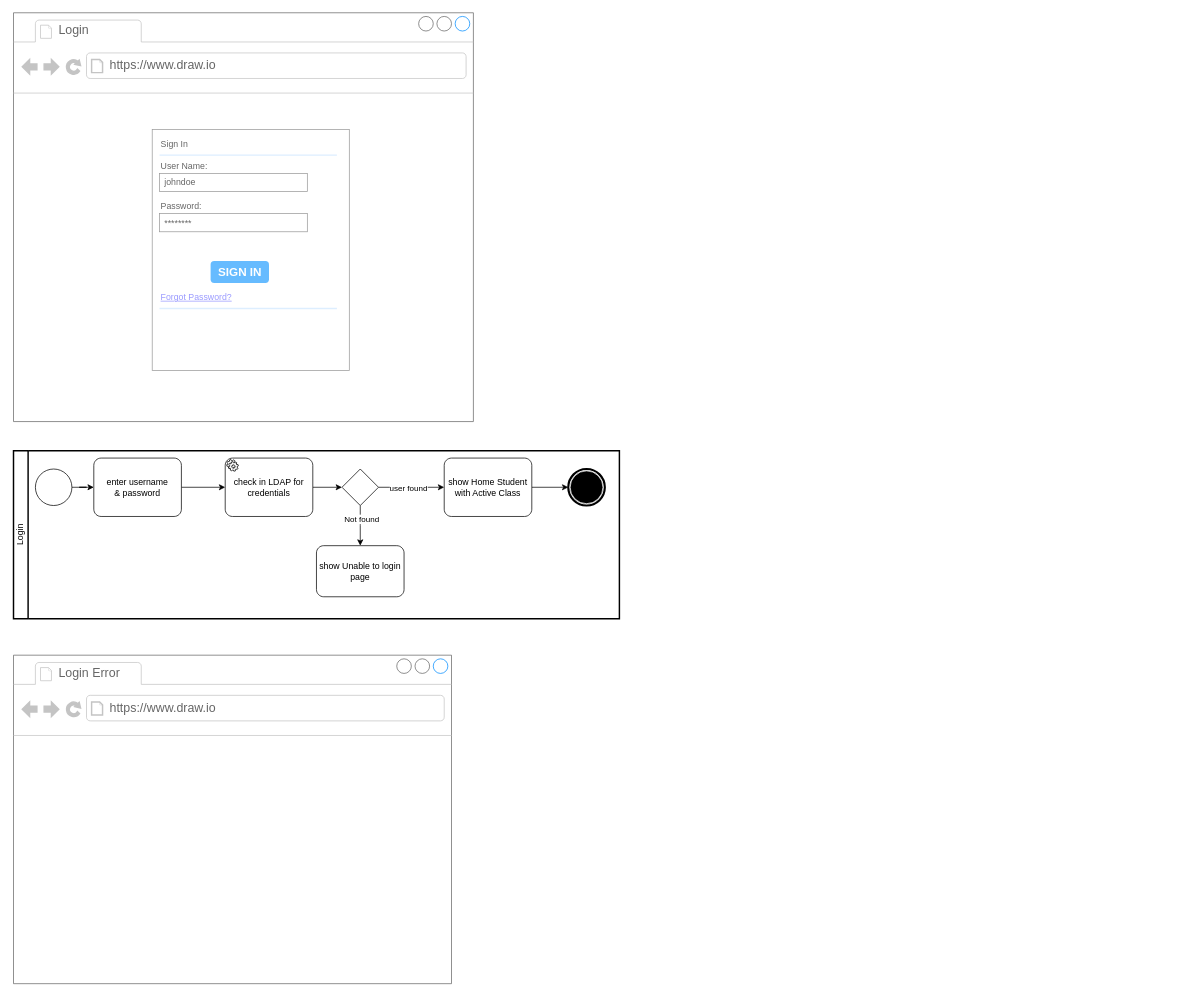
aleon1220/multi-cloud-WebApp-Attendance keeps this draw.io diagram as page "Wire frames" (5 of 10) of project-diagrams.drawio. Above is the earlier version. Source tidied: cells renumbered, new cells numbered last; positions are measured from the earlier drawing's top-left corner, leaving out a move shared by most shapes. Both pictures are drawn from the tidied source at 73%, with x=0, y=0 at pixel (13, 12).
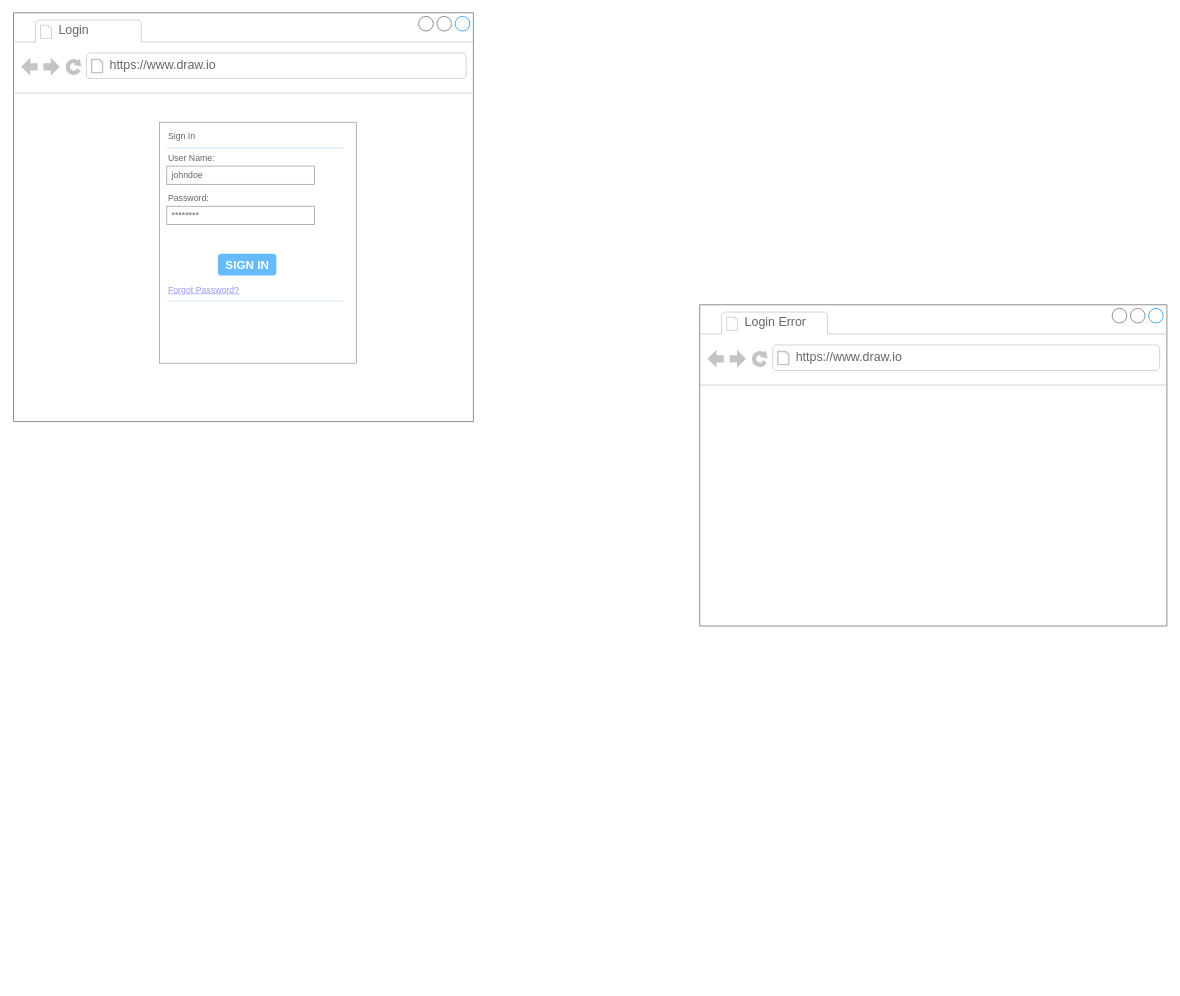
The same page after the edit.

Commit message (it also covers changes not shown here):
design update processes trainer student

Unchanged cells that the change refers to:
```xml
<mxCell id="2" style="strokeWidth=1;shadow=0;dashed=0;align=center;html=1;shape=mxgraph.mockup.containers.browserWindow;rSize=0;strokeColor=#666666;strokeColor2=#008cff;strokeColor3=#c4c4c4;mainText=,;" parent="1" vertex="1">
  <mxGeometry width="630" height="560" as="geometry" />
</mxCell>
```

The edit, as a diff of the source:
```diff
@@
     <mxCell id="5" style="strokeWidth=1;shadow=0;dashed=0;align=center;html=1;shape=mxgraph.mockup.forms.rrect;rSize=0;strokeColor=#999999;fillColor=#ffffff;" parent="2" vertex="1">
-      <mxGeometry x="190" y="160" width="270" height="330" as="geometry" />
+      <mxGeometry x="200" y="150" width="270" height="330" as="geometry" />
     </mxCell>
@@
-    <mxCell id="15" value="Login" style="swimlane;html=1;startSize=20;fontStyle=0;horizontal=0;swimlaneLine=1;swimlaneFillColor=#ffffff;strokeWidth=2;whiteSpace=wrap;" parent="1" vertex="1">
-      <mxGeometry y="600" width="830" height="230" as="geometry" />
-    </mxCell>
-    <mxCell id="16" style="edgeStyle=orthogonalEdgeStyle;rounded=0;jettySize=auto;html=1;" parent="15" edge="1" source="17" target="22">
-      <mxGeometry relative="1" as="geometry" />
-    </mxCell>
-    <mxCell id="17" style="points=[[0.145,0.145,0],[0.5,0,0],[0.855,0.145,0],[1,0.5,0],[0.855,0.855,0],[0.5,1,0],[0.145,0.855,0],[0,0.5,0]];shape=mxgraph.bpmn.event;html=1;verticalLabelPosition=bottom;labelBackgroundColor=#ffffff;verticalAlign=top;align=center;perimeter=ellipsePerimeter;outlineConnect=0;outline=standard;symbol=general;" parent="15" vertex="1">
-      <mxGeometry x="30" y="25" width="50" height="50" as="geometry" />
-    </mxCell>
-    <mxCell id="18" style="points=[[0.145,0.145,0],[0.5,0,0],[0.855,0.145,0],[1,0.5,0],[0.855,0.855,0],[0.5,1,0],[0.145,0.855,0],[0,0.5,0]];shape=mxgraph.bpmn.event;html=1;verticalLabelPosition=bottom;labelBackgroundColor=#ffffff;verticalAlign=top;align=center;perimeter=ellipsePerimeter;outlineConnect=0;outline=end;symbol=terminate;" parent="15" vertex="1">
-      <mxGeometry x="760" y="25" width="50" height="50" as="geometry" />
-    </mxCell>
-    <mxCell id="19" style="edgeStyle=orthogonalEdgeStyle;rounded=0;jettySize=auto;html=1;entryX=0;entryY=0.5;entryDx=0;entryDy=0;entryPerimeter=0;" parent="15" edge="1" source="20" target="27">
-      <mxGeometry relative="1" as="geometry" />
-    </mxCell>
-    <mxCell id="20" value="check in LDAP for credentials" style="points=[[0.25,0,0],[0.5,0,0],[0.75,0,0],[1,0.25,0],[1,0.5,0],[1,0.75,0],[0.75,1,0],[0.5,1,0],[0.25,1,0],[0,0.75,0],[0,0.5,0],[0,0.25,0]];shape=mxgraph.bpmn.task;whiteSpace=wrap;rectStyle=rounded;size=10;html=1;taskMarker=service;" parent="15" vertex="1">
-      <mxGeometry x="290" y="10" width="120" height="80" as="geometry" />
-    </mxCell>
-    <mxCell id="21" style="edgeStyle=orthogonalEdgeStyle;rounded=0;jettySize=auto;html=1;" parent="15" edge="1" source="22" target="20">
-      <mxGeometry relative="1" as="geometry" />
-    </mxCell>
-    <mxCell id="22" value="enter username&lt;br&gt;&amp;amp; password" style="points=[[0.25,0,0],[0.5,0,0],[0.75,0,0],[1,0.25,0],[1,0.5,0],[1,0.75,0],[0.75,1,0],[0.5,1,0],[0.25,1,0],[0,0.75,0],[0,0.5,0],[0,0.25,0]];shape=mxgraph.bpmn.task;whiteSpace=wrap;rectStyle=rounded;size=10;html=1;taskMarker=abstract;" parent="15" vertex="1">
-      <mxGeometry x="110" y="10" width="120" height="80" as="geometry" />
-    </mxCell>
-    <mxCell id="23" style="edgeStyle=orthogonalEdgeStyle;rounded=0;jettySize=auto;html=1;exitX=1;exitY=0.5;exitDx=0;exitDy=0;exitPerimeter=0;entryX=0;entryY=0.5;entryDx=0;entryDy=0;entryPerimeter=0;" parent="15" edge="1" source="27" target="29">
-      <mxGeometry relative="1" as="geometry" />
-    </mxCell>
-    <mxCell id="24" value="user found" style="edgeLabel;html=1;align=center;verticalAlign=middle;" parent="23" vertex="1">
-      <mxGeometry x="0.04" relative="1" as="geometry">
-        <mxPoint x="-7" as="offset" />
-      </mxGeometry>
-    </mxCell>
-    <mxCell id="25" style="edgeStyle=orthogonalEdgeStyle;rounded=0;jettySize=auto;html=1;" parent="15" edge="1" source="27">
-      <mxGeometry relative="1" as="geometry">
-        <mxPoint x="475" y="130" as="targetPoint" />
-      </mxGeometry>
-    </mxCell>
-    <mxCell id="26" value="Not found" style="edgeLabel;html=1;align=center;verticalAlign=middle;" parent="25" vertex="1">
-      <mxGeometry x="-0.35" y="1" relative="1" as="geometry" />
-    </mxCell>
-    <mxCell id="27" style="points=[[0.25,0.25,0],[0.5,0,0],[0.75,0.25,0],[1,0.5,0],[0.75,0.75,0],[0.5,1,0],[0.25,0.75,0],[0,0.5,0]];shape=mxgraph.bpmn.gateway2;html=1;verticalLabelPosition=bottom;labelBackgroundColor=#ffffff;verticalAlign=top;align=center;perimeter=rhombusPerimeter;outlineConnect=0;outline=none;symbol=none;" parent="15" vertex="1">
-      <mxGeometry x="450" y="25" width="50" height="50" as="geometry" />
-    </mxCell>
-    <mxCell id="28" style="edgeStyle=orthogonalEdgeStyle;rounded=0;jettySize=auto;html=1;entryX=0;entryY=0.5;entryDx=0;entryDy=0;entryPerimeter=0;" parent="15" edge="1" source="29" target="18">
-      <mxGeometry relative="1" as="geometry" />
-    </mxCell>
-    <mxCell id="29" value="show Home Student&lt;br&gt;with Active Class" style="points=[[0.25,0,0],[0.5,0,0],[0.75,0,0],[1,0.25,0],[1,0.5,0],[1,0.75,0],[0.75,1,0],[0.5,1,0],[0.25,1,0],[0,0.75,0],[0,0.5,0],[0,0.25,0]];shape=mxgraph.bpmn.task;whiteSpace=wrap;rectStyle=rounded;size=10;html=1;taskMarker=abstract;" parent="15" vertex="1">
-      <mxGeometry x="590" y="10" width="120" height="80" as="geometry" />
-    </mxCell>
-    <mxCell id="30" value="show Unable to login&lt;br&gt;page" style="shape=mxgraph.bpmn.task;whiteSpace=wrap;rectStyle=rounded;size=10;html=1;taskMarker=abstract;" parent="15" vertex="1">
-      <mxGeometry x="415" y="130" width="120" height="70" as="geometry" />
-    </mxCell>
     <mxCell id="31" style="strokeWidth=1;shadow=0;dashed=0;align=center;html=1;shape=mxgraph.mockup.containers.browserWindow;rSize=0;strokeColor=#666666;strokeColor2=#008cff;strokeColor3=#c4c4c4;mainText=,;" parent="1" vertex="1">
-      <mxGeometry y="880" width="600" height="450" as="geometry" />
+      <mxGeometry x="940" y="400" width="640" height="440" as="geometry" />
     </mxCell>
```
